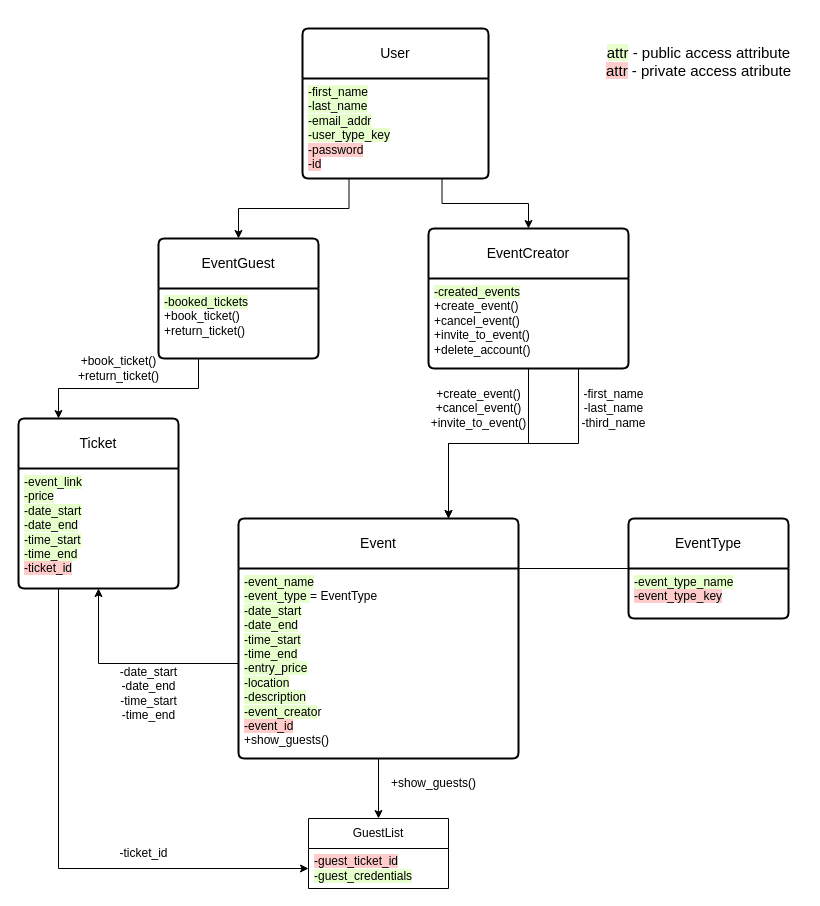
This is Class diagram(EventManager).drawio from DanMustDie/EventManager, a draw.io file, before an edit. Source tidied: cells renumbered, new cells numbered last; positions are measured from the earlier drawing's top-left corner, leaving out a move shared by most shapes. Both pictures are drawn from the tidied source at 100%, with x=0, y=0 at pixel (18, 28).
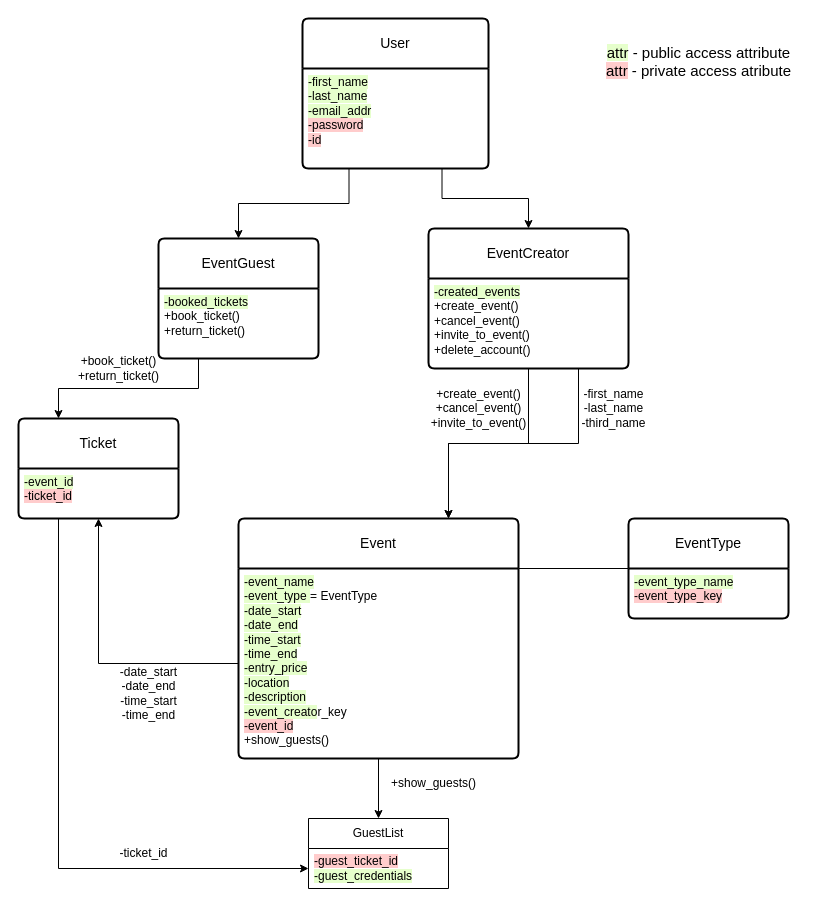
The same diagram, later.

Commit message (it also covers changes not shown here):
working event handler

The change refers to these unchanged cells:
```xml
<mxCell id="4" value="Event" style="swimlane;horizontal=1;startSize=50;rounded=1;fontSize=14;fontStyle=0;strokeWidth=2;shadow=0;dashed=0;align=center;arcSize=4;whiteSpace=wrap;html=1;" parent="1" vertex="1">
  <mxGeometry x="220" y="490" width="280" height="240" as="geometry" />
</mxCell>
```

Change to the diagram source:
```diff
@@
-    <mxCell id="5" value="&lt;span style=&quot;background-color: rgb(230, 255, 204);&quot;&gt;-event_name&lt;/span&gt;&lt;div&gt;&lt;span style=&quot;background-color: rgb(230, 255, 204);&quot;&gt;-event_type &lt;/span&gt;= EventType&lt;/div&gt;&lt;div&gt;&lt;span style=&quot;background-color: rgb(230, 255, 204);&quot;&gt;-date_start&lt;/span&gt;&lt;/div&gt;&lt;div&gt;&lt;span style=&quot;background-color: rgb(230, 255, 204);&quot;&gt;-date_end&lt;/span&gt;&lt;/div&gt;&lt;div&gt;&lt;span style=&quot;background-color: rgb(230, 255, 204);&quot;&gt;-time_start&lt;/span&gt;&lt;/div&gt;&lt;div&gt;&lt;span style=&quot;background-color: rgb(230, 255, 204);&quot;&gt;-time_end&lt;/span&gt;&lt;/div&gt;&lt;div&gt;&lt;span style=&quot;background-color: rgb(230, 255, 204);&quot;&gt;-entry_price&lt;/span&gt;&lt;/div&gt;&lt;div&gt;&lt;span style=&quot;background-color: rgb(230, 255, 204);&quot;&gt;-location&lt;/span&gt;&lt;/div&gt;&lt;div&gt;&lt;span style=&quot;background-color: rgb(230, 255, 204);&quot;&gt;-description&lt;/span&gt;&lt;/div&gt;&lt;div&gt;&lt;span style=&quot;background-color: rgb(230, 255, 204);&quot;&gt;-event_creato&lt;/span&gt;r&lt;/div&gt;&lt;div&gt;&lt;span style=&quot;background-color: rgb(255, 204, 204);&quot;&gt;-event_id&lt;/span&gt;&lt;/div&gt;&lt;div&gt;+show_guests()&lt;/div&gt;&lt;div&gt;&lt;br&gt;&lt;/div&gt;" style="align=left;strokeColor=none;fillColor=none;spacingLeft=4;fontSize=12;verticalAlign=top;html=1;" parent="4" vertex="1">
+    <mxCell id="5" value="&lt;span style=&quot;background-color: rgb(230, 255, 204);&quot;&gt;-event_name&lt;/span&gt;&lt;div&gt;&lt;span style=&quot;background-color: rgb(230, 255, 204);&quot;&gt;-event_type &lt;/span&gt;= EventType&lt;/div&gt;&lt;div&gt;&lt;span style=&quot;background-color: rgb(230, 255, 204);&quot;&gt;-date_start&lt;/span&gt;&lt;/div&gt;&lt;div&gt;&lt;span style=&quot;background-color: rgb(230, 255, 204);&quot;&gt;-date_end&lt;/span&gt;&lt;/div&gt;&lt;div&gt;&lt;span style=&quot;background-color: rgb(230, 255, 204);&quot;&gt;-time_start&lt;/span&gt;&lt;/div&gt;&lt;div&gt;&lt;span style=&quot;background-color: rgb(230, 255, 204);&quot;&gt;-time_end&lt;/span&gt;&lt;/div&gt;&lt;div&gt;&lt;span style=&quot;background-color: rgb(230, 255, 204);&quot;&gt;-entry_price&lt;/span&gt;&lt;/div&gt;&lt;div&gt;&lt;span style=&quot;background-color: rgb(230, 255, 204);&quot;&gt;-location&lt;/span&gt;&lt;/div&gt;&lt;div&gt;&lt;span style=&quot;background-color: rgb(230, 255, 204);&quot;&gt;-description&lt;/span&gt;&lt;/div&gt;&lt;div&gt;&lt;span style=&quot;background-color: rgb(230, 255, 204);&quot;&gt;-event_creato&lt;/span&gt;r_key&lt;/div&gt;&lt;div&gt;&lt;span style=&quot;background-color: rgb(255, 204, 204);&quot;&gt;-event_id&lt;/span&gt;&lt;/div&gt;&lt;div&gt;+show_guests()&lt;/div&gt;&lt;div&gt;&lt;br&gt;&lt;/div&gt;" style="align=left;strokeColor=none;fillColor=none;spacingLeft=4;fontSize=12;verticalAlign=top;html=1;" parent="4" vertex="1">
       <mxGeometry y="50" width="280" height="190" as="geometry" />
     </mxCell>
@@
     <mxCell id="10" value="User" style="swimlane;horizontal=1;startSize=50;rounded=1;fontSize=14;fontStyle=0;strokeWidth=2;shadow=0;dashed=0;align=center;arcSize=4;whiteSpace=wrap;html=1;" parent="1" vertex="1">
-      <mxGeometry x="284" width="186" height="150" as="geometry" />
+      <mxGeometry x="284" y="-10" width="186" height="150" as="geometry" />
     </mxCell>
-    <mxCell id="11" value="&lt;span style=&quot;background-color: rgb(230, 255, 204);&quot;&gt;-first_name&lt;/span&gt;&lt;div&gt;&lt;span style=&quot;background-color: rgb(230, 255, 204);&quot;&gt;-last_name&lt;/span&gt;&lt;/div&gt;&lt;div&gt;&lt;span style=&quot;background-color: rgb(230, 255, 204);&quot;&gt;-email_addr&lt;br&gt;&lt;/span&gt;&lt;div&gt;&lt;span style=&quot;background-color: rgb(230, 255, 204);&quot;&gt;-user_type_key&lt;/span&gt;&lt;/div&gt;&lt;div&gt;&lt;span style=&quot;background-color: rgb(255, 204, 204);&quot;&gt;-password&lt;/span&gt;&lt;/div&gt;&lt;div&gt;&lt;span style=&quot;background-color: rgb(255, 204, 204);&quot;&gt;-id&lt;/span&gt;&lt;/div&gt;&lt;/div&gt;" style="align=left;strokeColor=none;fillColor=none;spacingLeft=4;fontSize=12;verticalAlign=top;html=1;" parent="10" vertex="1">
+    <mxCell id="11" value="&lt;span style=&quot;background-color: rgb(230, 255, 204);&quot;&gt;-first_name&lt;/span&gt;&lt;div&gt;&lt;span style=&quot;background-color: rgb(230, 255, 204);&quot;&gt;-last_name&lt;/span&gt;&lt;/div&gt;&lt;div&gt;&lt;span style=&quot;background-color: rgb(230, 255, 204);&quot;&gt;-email_addr&lt;/span&gt;&lt;div&gt;&lt;span style=&quot;background-color: rgb(255, 204, 204);&quot;&gt;-password&lt;/span&gt;&lt;/div&gt;&lt;div&gt;&lt;span style=&quot;background-color: rgb(255, 204, 204);&quot;&gt;-id&lt;/span&gt;&lt;/div&gt;&lt;/div&gt;" style="align=left;strokeColor=none;fillColor=none;spacingLeft=4;fontSize=12;verticalAlign=top;html=1;" parent="10" vertex="1">
       <mxGeometry y="50" width="186" height="100" as="geometry" />
     </mxCell>
@@
     <mxCell id="18" value="Ticket" style="swimlane;horizontal=1;startSize=50;rounded=1;fontSize=14;fontStyle=0;strokeWidth=2;shadow=0;dashed=0;align=center;arcSize=4;whiteSpace=wrap;html=1;" parent="1" vertex="1">
-      <mxGeometry y="390" width="160" height="170" as="geometry" />
+      <mxGeometry y="390" width="160" height="100" as="geometry" />
     </mxCell>
-    <mxCell id="19" value="&lt;div&gt;&lt;span style=&quot;background-color: rgb(230, 255, 204);&quot;&gt;-event_link&lt;/span&gt;&lt;/div&gt;&lt;div&gt;&lt;span style=&quot;background-color: rgb(230, 255, 204);&quot;&gt;-price&lt;/span&gt;&lt;/div&gt;&lt;span style=&quot;background-color: rgb(230, 255, 204);&quot;&gt;-date_start&lt;/span&gt;&lt;div&gt;&lt;span style=&quot;background-color: rgb(230, 255, 204);&quot;&gt;-date_end&lt;/span&gt;&lt;/div&gt;&lt;div&gt;&lt;span style=&quot;background-color: rgb(230, 255, 204);&quot;&gt;-time_start&lt;/span&gt;&lt;/div&gt;&lt;div&gt;&lt;span style=&quot;background-color: rgb(230, 255, 204);&quot;&gt;-time_end&lt;/span&gt;&lt;/div&gt;&lt;div&gt;&lt;span style=&quot;background-color: rgb(255, 204, 204);&quot;&gt;-ticket_id&lt;/span&gt;&lt;/div&gt;" style="align=left;strokeColor=none;fillColor=none;spacingLeft=4;fontSize=12;verticalAlign=top;html=1;" parent="18" vertex="1">
-      <mxGeometry y="50" width="160" height="120" as="geometry" />
+    <mxCell id="19" value="&lt;div&gt;&lt;span style=&quot;background-color: rgb(230, 255, 204);&quot;&gt;-event_id&lt;/span&gt;&lt;/div&gt;&lt;div&gt;&lt;span style=&quot;background-color: rgb(255, 204, 204);&quot;&gt;-ticket_id&lt;/span&gt;&lt;/div&gt;" style="align=left;strokeColor=none;fillColor=none;spacingLeft=4;fontSize=12;verticalAlign=top;html=1;" parent="18" vertex="1">
+      <mxGeometry y="50" width="160" height="50" as="geometry" />
     </mxCell>
```
